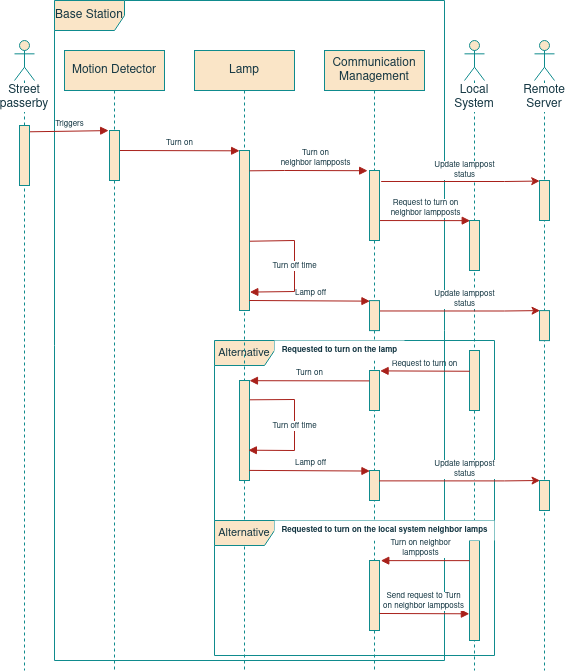
The draw.io diagram project/report/images/05base_station/BS_SeqDiagram.png in ESRGgroup9/slipad, before a commit. Source tidied: cells renumbered, new cells last; positions are measured from the earlier drawing's top-left corner, leaving out a move shared by most shapes.
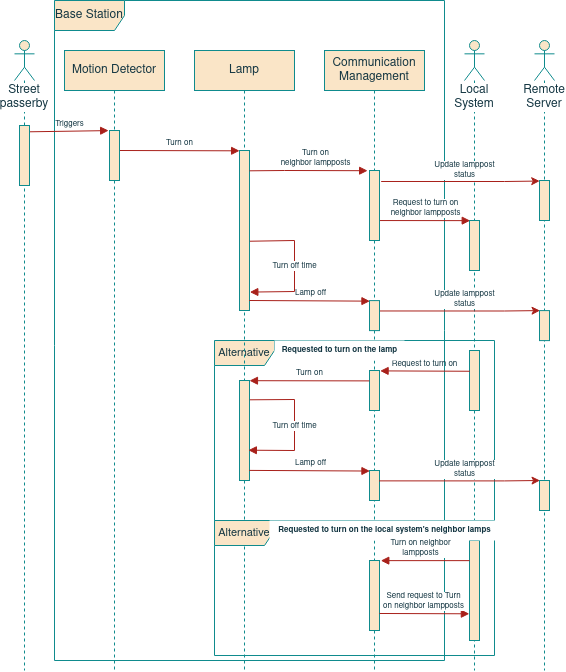
The same file after the commit.

Diff of the diagram source:
```diff
@@ -136,8 +136,8 @@
     <mxCell id="36" value="&lt;div&gt;&lt;b&gt;Requested to turn on the lamp&lt;/b&gt;&lt;/div&gt;" style="text;html=1;align=center;verticalAlign=middle;strokeColor=none;fillColor=default;fontSize=8;fontColor=#143642;" parent="1" vertex="1">
       <mxGeometry x="260" y="340" width="130" height="20" as="geometry" />
     </mxCell>
-    <mxCell id="37" value="&lt;div&gt;&lt;b&gt;Requested to turn on the local system neighbor lamps&lt;/b&gt;&lt;/div&gt;" style="text;html=1;align=center;verticalAlign=middle;strokeColor=none;fillColor=default;fontSize=8;fontColor=#143642;" parent="1" vertex="1">
-      <mxGeometry x="260" y="520" width="220" height="20" as="geometry" />
+    <mxCell id="37" value="&lt;div&gt;&lt;b&gt;Requested to turn on the local system's neighbor lamps&lt;/b&gt;&lt;/div&gt;" style="text;html=1;align=center;verticalAlign=middle;strokeColor=none;fillColor=default;fontSize=8;fontColor=#143642;" parent="1" vertex="1">
+      <mxGeometry x="255" y="520" width="230" height="20" as="geometry" />
     </mxCell>
     <mxCell id="38" value="&lt;div&gt;Turn on neighbor&lt;/div&gt;&lt;div&gt;lampposts&lt;br&gt;&lt;/div&gt;" style="html=1;verticalAlign=bottom;endArrow=block;rounded=0;fontSize=8;labelBackgroundColor=default;strokeColor=#A8201A;fontColor=#143642;labelBorderColor=none;entryX=1.129;entryY=0.002;entryDx=0;entryDy=0;entryPerimeter=0;" parent="1" edge="1" source="34" target="10">
       <mxGeometry x="0.11" relative="1" as="geometry" />
```
